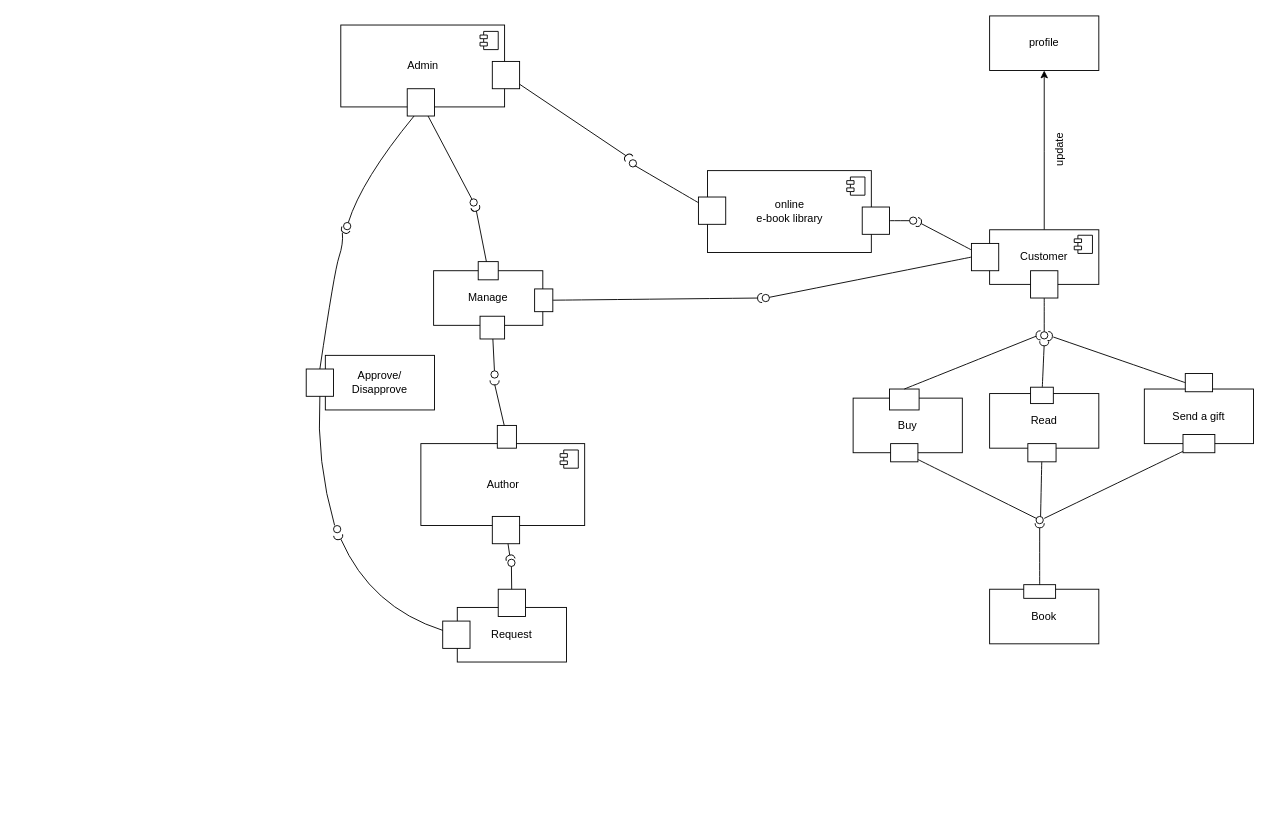
Before: Untitled Diagram.drawio in SolomonSitotaw23/Todo-react.js, a draw.io diagram. Source tidied: cells renumbered, new cells numbered last; positions are measured from the earlier drawing's top-left corner, leaving out a move shared by most shapes. Both pictures are drawn from the tidied source at 91%, with x=0, y=0 at pixel (306, 15).
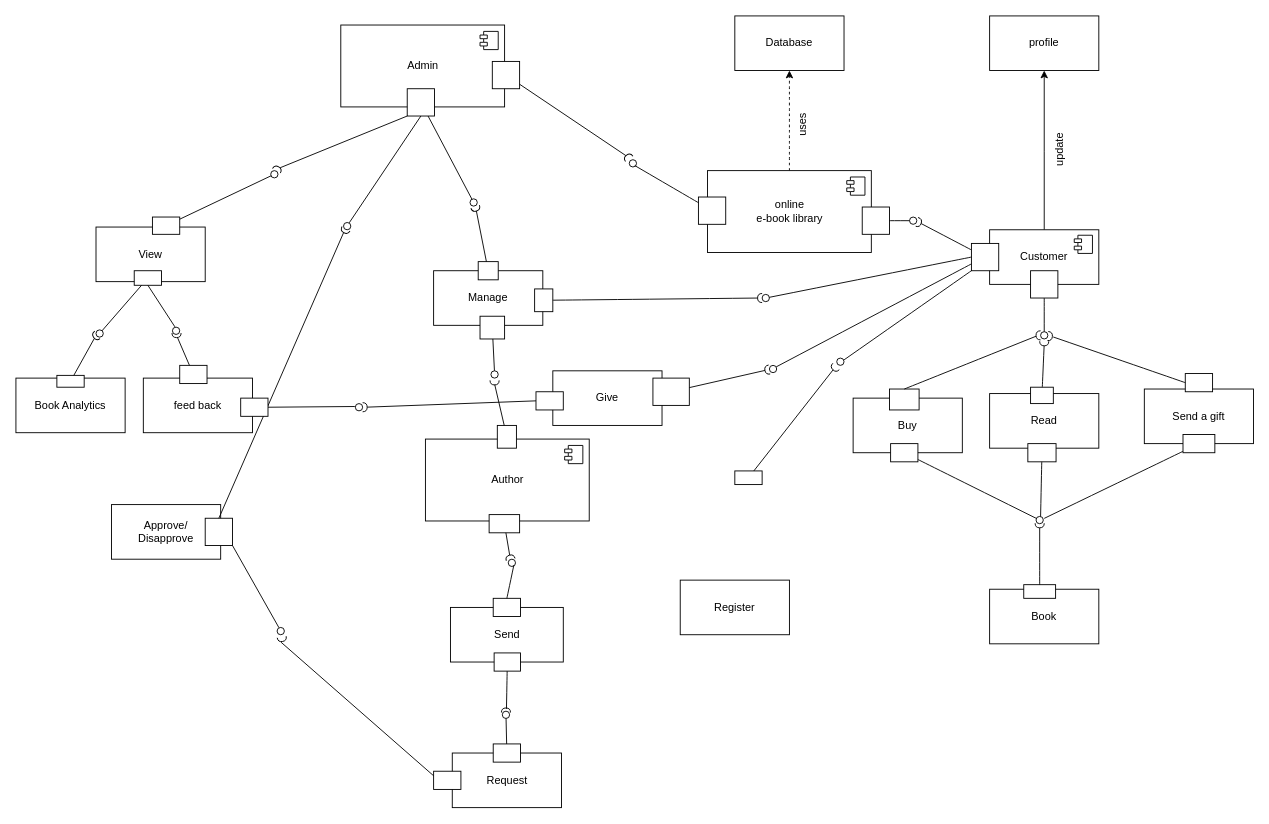
The same diagram, later.

Unchanged cells that the change refers to:
```xml
<mxCell id="2" value="online&lt;br&gt;e-book library" style="html=1;rounded=0;" parent="1" vertex="1">
  <mxGeometry x="441" y="170" width="180" height="90" as="geometry" />
</mxCell>
<mxCell id="12" style="html=1;rounded=0;" parent="1" vertex="1">
  <mxGeometry x="731" y="250" width="30" height="30" as="geometry" />
</mxCell>
<mxCell id="34" style="html=1;rounded=0;" parent="1" vertex="1">
  <mxGeometry x="111" y="80" width="30" height="30" as="geometry" />
</mxCell>
<mxCell id="58" style="ellipse;html=1;fontSize=11;align=center;fillColor=none;points=[];verticalAlign=bottom;labelPosition=center;verticalLabelPosition=top;flipH=1;" parent="1" vertex="1">
  <mxGeometry x="41" y="227" width="8" height="8" as="geometry" />
</mxCell>
<mxCell id="59" style="shape=requiredInterface;html=1;fontSize=11;align=center;fillColor=none;points=[];verticalAlign=bottom;labelPosition=center;verticalLabelPosition=top;flipH=1;rotation=-60;" parent="1" vertex="1">
  <mxGeometry x="40" y="231" width="5" height="10" as="geometry" />
</mxCell>
```

The edit, as a diff of the source:
```diff
@@
+    <mxCell id="87" style="edgeStyle=orthogonalEdgeStyle;curved=1;jettySize=auto;html=1;strokeColor=default;dashed=1;" parent="1" edge="1" source="2" target="88">
+      <mxGeometry relative="1" as="geometry" />
+    </mxCell>
@@
     <mxCell id="20" value="Author" style="html=1;" parent="1" vertex="1">
-      <mxGeometry x="126" y="470" width="180" height="90" as="geometry" />
+      <mxGeometry x="131" y="465" width="180" height="90" as="geometry" />
     </mxCell>
@@
     <mxCell id="46" style="html=1;rounded=0;" parent="1" vertex="1">
-      <mxGeometry x="204.5" y="550" width="30" height="30" as="geometry" />
+      <mxGeometry x="201" y="548" width="33.5" height="20" as="geometry" />
     </mxCell>
@@
     <mxCell id="49" value="Request" style="whiteSpace=wrap;html=1;rounded=0;" parent="1" vertex="1">
-      <mxGeometry x="166" y="650" width="120" height="60" as="geometry" />
+      <mxGeometry x="160.5" y="810" width="120" height="60" as="geometry" />
     </mxCell>
     <mxCell id="50" style="html=1;rounded=0;" parent="1" vertex="1">
-      <mxGeometry x="211" y="630" width="30" height="30" as="geometry" />
+      <mxGeometry x="205.5" y="800" width="30" height="20" as="geometry" />
     </mxCell>
@@
     <mxCell id="52" style="ellipse;html=1;fontSize=11;align=center;fillColor=none;points=[];verticalAlign=bottom;labelPosition=center;verticalLabelPosition=top;flipH=1;" parent="1" vertex="1">
-      <mxGeometry x="221.5" y="597" width="8" height="8" as="geometry" />
+      <mxGeometry x="215.5" y="764" width="8" height="8" as="geometry" />
     </mxCell>
     <mxCell id="53" style="ellipse;html=1;fontSize=11;align=center;fillColor=none;points=[];verticalAlign=bottom;labelPosition=center;verticalLabelPosition=top;flipH=1;" parent="1" vertex="1">
-      <mxGeometry x="30" y="560" width="8" height="8" as="geometry" />
+      <mxGeometry x="-32" y="672" width="8" height="8" as="geometry" />
     </mxCell>
     <mxCell id="54" style="html=1;rounded=0;" parent="1" vertex="1">
-      <mxGeometry x="150" y="665" width="30" height="30" as="geometry" />
+      <mxGeometry x="140" y="830" width="30" height="20" as="geometry" />
     </mxCell>
-    <mxCell id="55" style="endArrow=none;html=1;rounded=0;align=center;verticalAlign=top;endFill=0;labelBackgroundColor=none;endSize=2;curved=1;entryX=0.989;entryY=0.723;entryDx=0;entryDy=0;entryPerimeter=0;" parent="1" edge="1" source="54" target="56">
-      <mxGeometry relative="1" as="geometry">
-        <Array as="points">
-          <mxPoint x="71" y="650" />
-        </Array>
-      </mxGeometry>
-    </mxCell>
     <mxCell id="56" style="shape=requiredInterface;html=1;fontSize=11;align=center;fillColor=none;points=[];verticalAlign=bottom;labelPosition=center;verticalLabelPosition=top;flipH=1;rotation=-100;" parent="1" vertex="1">
-      <mxGeometry x="33" y="568" width="5" height="10" as="geometry" />
+      <mxGeometry x="-29" y="680" width="5" height="10" as="geometry" />
     </mxCell>
     <mxCell id="57" value="Approve/&lt;br&gt;Disapprove" style="whiteSpace=wrap;html=1;rounded=0;" parent="1" vertex="1">
-      <mxGeometry x="21" y="373" width="120" height="60" as="geometry" />
+      <mxGeometry x="-214" y="537" width="120" height="60" as="geometry" />
     </mxCell>
@@
-    <mxCell id="60" style="endArrow=none;html=1;align=center;verticalAlign=top;endFill=0;labelBackgroundColor=none;endSize=2;exitX=0.25;exitY=1;exitDx=0;exitDy=0;curved=1;" parent="1" edge="1" source="34" target="58">
-      <mxGeometry relative="1" as="geometry">
-        <Array as="points">
-          <mxPoint x="61" y="180" />
-        </Array>
-      </mxGeometry>
-    </mxCell>
     <mxCell id="61" style="html=1;rounded=0;" parent="1" vertex="1">
-      <mxGeometry y="388" width="30" height="30" as="geometry" />
+      <mxGeometry x="-111" y="552" width="30" height="30" as="geometry" />
     </mxCell>
-    <mxCell id="62" style="endArrow=none;html=1;align=center;verticalAlign=top;endFill=0;labelBackgroundColor=none;endSize=2;exitX=0.5;exitY=0;exitDx=0;exitDy=0;entryX=1.166;entryY=0.369;entryDx=0;entryDy=0;entryPerimeter=0;curved=1;" parent="1" edge="1" source="61" target="59">
-      <mxGeometry relative="1" as="geometry">
-        <Array as="points">
-          <mxPoint x="31" y="280" />
-          <mxPoint x="41" y="250" />
-        </Array>
-      </mxGeometry>
-    </mxCell>
-    <mxCell id="63" style="endArrow=none;html=1;align=center;verticalAlign=top;endFill=0;labelBackgroundColor=none;endSize=2;exitX=0.5;exitY=1;exitDx=0;exitDy=0;entryX=0.851;entryY=-0.017;entryDx=0;entryDy=0;entryPerimeter=0;strokeColor=default;curved=1;" parent="1" edge="1" source="61" target="53">
-      <mxGeometry relative="1" as="geometry">
-        <Array as="points">
-          <mxPoint x="11" y="490" />
-        </Array>
-      </mxGeometry>
-    </mxCell>
@@
+    <mxCell id="88" value="Database" style="whiteSpace=wrap;html=1;rounded=0;" parent="1" vertex="1">
+      <mxGeometry x="471" width="120" height="60" as="geometry" />
+    </mxCell>
+    <mxCell id="89" value="uses" style="text;html=1;align=center;verticalAlign=middle;strokeColor=none;fillColor=none;rotation=-90;" parent="1" vertex="1">
+      <mxGeometry x="526" y="110" width="40" height="20" as="geometry" />
+    </mxCell>
+    <mxCell id="90" value="Send" style="whiteSpace=wrap;html=1;rounded=0;" parent="1" vertex="1">
+      <mxGeometry x="158.5" y="650" width="124" height="60" as="geometry" />
+    </mxCell>
+    <mxCell id="91" style="html=1;rounded=0;" parent="1" vertex="1">
+      <mxGeometry x="205.5" y="640" width="30" height="20" as="geometry" />
+    </mxCell>
+    <mxCell id="92" style="endArrow=none;html=1;rounded=0;align=center;verticalAlign=top;endFill=0;labelBackgroundColor=none;endSize=2;strokeColor=default;curved=1;exitX=0.5;exitY=0;exitDx=0;exitDy=0;entryX=0.227;entryY=0.819;entryDx=0;entryDy=0;entryPerimeter=0;" parent="1" edge="1" source="91" target="93">
+      <mxGeometry relative="1" as="geometry" />
+    </mxCell>
+    <mxCell id="93" style="ellipse;html=1;fontSize=11;align=center;fillColor=none;points=[];verticalAlign=bottom;labelPosition=center;verticalLabelPosition=top;flipH=1;" parent="1" vertex="1">
+      <mxGeometry x="222" y="597" width="8" height="8" as="geometry" />
+    </mxCell>
+    <mxCell id="94" style="html=1;rounded=0;" parent="1" vertex="1">
+      <mxGeometry x="206.5" y="700" width="29" height="20" as="geometry" />
+    </mxCell>
+    <mxCell id="95" style="endArrow=none;html=1;rounded=0;align=center;verticalAlign=top;endFill=0;labelBackgroundColor=none;endSize=2;strokeColor=default;curved=1;entryX=0.81;entryY=0.445;entryDx=0;entryDy=0;entryPerimeter=0;" parent="1" edge="1" source="94" target="96">
+      <mxGeometry relative="1" as="geometry" />
+    </mxCell>
+    <mxCell id="96" style="shape=requiredInterface;html=1;fontSize=11;align=center;fillColor=none;points=[];verticalAlign=bottom;labelPosition=center;verticalLabelPosition=top;flipH=1;rotation=90;" parent="1" vertex="1">
+      <mxGeometry x="217" y="758" width="5" height="10" as="geometry" />
+    </mxCell>
+    <mxCell id="97" value="View" style="whiteSpace=wrap;html=1;rounded=0;" parent="1" vertex="1">
+      <mxGeometry x="-231" y="232" width="120" height="60" as="geometry" />
+    </mxCell>
+    <mxCell id="62" style="endArrow=none;html=1;rounded=0;strokeColor=default;entryX=0.987;entryY=0.484;entryDx=0;entryDy=0;entryPerimeter=0;exitX=0.5;exitY=0;exitDx=0;exitDy=0;" parent="1" edge="1" source="61" target="59">
+      <mxGeometry relative="1" as="geometry" />
+    </mxCell>
+    <mxCell id="98" style="endArrow=none;html=1;rounded=0;strokeColor=default;entryX=0.5;entryY=1;entryDx=0;entryDy=0;exitX=0.22;exitY=0.044;exitDx=0;exitDy=0;exitPerimeter=0;" parent="1" edge="1" source="58" target="34">
+      <mxGeometry relative="1" as="geometry" />
+    </mxCell>
+    <mxCell id="99" style="endArrow=none;html=1;rounded=0;strokeColor=default;entryX=0;entryY=1;entryDx=0;entryDy=0;" parent="1" edge="1" source="103" target="34">
+      <mxGeometry relative="1" as="geometry" />
+    </mxCell>
+    <mxCell id="100" style="html=1;rounded=0;" parent="1" vertex="1">
+      <mxGeometry x="-169" y="221" width="30" height="19" as="geometry" />
+    </mxCell>
+    <mxCell id="101" style="endArrow=none;html=1;rounded=0;align=center;verticalAlign=top;endFill=0;labelBackgroundColor=none;endSize=2;strokeColor=default;" parent="1" edge="1" source="100" target="102">
+      <mxGeometry relative="1" as="geometry" />
+    </mxCell>
+    <mxCell id="102" style="ellipse;html=1;fontSize=11;align=center;fillColor=none;points=[];verticalAlign=bottom;labelPosition=center;verticalLabelPosition=top;flipH=1;" parent="1" vertex="1">
+      <mxGeometry x="-39" y="170" width="8" height="8" as="geometry" />
+    </mxCell>
+    <mxCell id="103" style="shape=requiredInterface;html=1;fontSize=11;align=center;fillColor=none;points=[];verticalAlign=bottom;labelPosition=center;verticalLabelPosition=top;flipH=1;rotation=120;" parent="1" vertex="1">
+      <mxGeometry x="-34" y="163" width="5" height="10" as="geometry" />
+    </mxCell>
+    <mxCell id="104" value="Book Analytics" style="whiteSpace=wrap;html=1;rounded=0;" parent="1" vertex="1">
+      <mxGeometry x="-319" y="398" width="120" height="60" as="geometry" />
+    </mxCell>
+    <mxCell id="105" style="html=1;rounded=0;" parent="1" vertex="1">
+      <mxGeometry x="-274" y="395" width="30" height="13" as="geometry" />
+    </mxCell>
+    <mxCell id="106" style="endArrow=none;html=1;rounded=0;align=center;verticalAlign=top;endFill=0;labelBackgroundColor=none;endSize=2;strokeColor=default;" parent="1" edge="1" source="105" target="107">
+      <mxGeometry relative="1" as="geometry" />
+    </mxCell>
+    <mxCell id="107" style="shape=requiredInterface;html=1;fontSize=11;align=center;fillColor=none;points=[];verticalAlign=bottom;labelPosition=center;verticalLabelPosition=top;flipH=1;rotation=-35;" parent="1" vertex="1">
+      <mxGeometry x="-234" y="347" width="5" height="10" as="geometry" />
+    </mxCell>
+    <mxCell id="108" style="html=1;rounded=0;" parent="1" vertex="1">
+      <mxGeometry x="-189" y="280" width="30" height="16" as="geometry" />
+    </mxCell>
+    <mxCell id="109" style="endArrow=none;html=1;rounded=0;align=center;verticalAlign=top;endFill=0;labelBackgroundColor=none;endSize=2;strokeColor=default;" parent="1" edge="1" source="108" target="110">
+      <mxGeometry relative="1" as="geometry" />
+    </mxCell>
+    <mxCell id="110" style="ellipse;html=1;fontSize=11;align=center;fillColor=none;points=[];verticalAlign=bottom;labelPosition=center;verticalLabelPosition=top;flipH=1;" parent="1" vertex="1">
+      <mxGeometry x="-231" y="345" width="8" height="8" as="geometry" />
+    </mxCell>
+    <mxCell id="111" style="endArrow=none;html=1;rounded=0;align=center;verticalAlign=top;endFill=0;labelBackgroundColor=none;endSize=2;strokeColor=default;exitX=0.5;exitY=1;exitDx=0;exitDy=0;entryX=0.659;entryY=-0.036;entryDx=0;entryDy=0;entryPerimeter=0;" parent="1" edge="1" source="108" target="112">
+      <mxGeometry relative="1" as="geometry" />
+    </mxCell>
+    <mxCell id="112" style="ellipse;html=1;fontSize=11;align=center;fillColor=none;points=[];verticalAlign=bottom;labelPosition=center;verticalLabelPosition=top;flipH=1;" parent="1" vertex="1">
+      <mxGeometry x="-147" y="342" width="8" height="8" as="geometry" />
+    </mxCell>
+    <mxCell id="113" style="endArrow=none;html=1;rounded=0;strokeColor=default;entryX=0;entryY=0.25;entryDx=0;entryDy=0;exitX=1.093;exitY=0.33;exitDx=0;exitDy=0;exitPerimeter=0;" parent="1" edge="1" source="56" target="54">
+      <mxGeometry relative="1" as="geometry" />
+    </mxCell>
+    <mxCell id="114" style="endArrow=none;html=1;rounded=0;strokeColor=default;entryX=1;entryY=1;entryDx=0;entryDy=0;exitX=0.751;exitY=0.024;exitDx=0;exitDy=0;exitPerimeter=0;" parent="1" edge="1" source="53" target="61">
+      <mxGeometry relative="1" as="geometry" />
+    </mxCell>
+    <mxCell id="115" value="feed back" style="whiteSpace=wrap;html=1;rounded=0;" parent="1" vertex="1">
+      <mxGeometry x="-179" y="398" width="120" height="60" as="geometry" />
+    </mxCell>
+    <mxCell id="116" style="html=1;rounded=0;" parent="1" vertex="1">
+      <mxGeometry x="-139" y="384" width="30" height="20" as="geometry" />
+    </mxCell>
+    <mxCell id="117" style="endArrow=none;html=1;rounded=0;align=center;verticalAlign=top;endFill=0;labelBackgroundColor=none;endSize=2;strokeColor=default;" parent="1" edge="1" source="116" target="118">
+      <mxGeometry relative="1" as="geometry" />
+    </mxCell>
+    <mxCell id="118" style="shape=requiredInterface;html=1;fontSize=11;align=center;fillColor=none;points=[];verticalAlign=bottom;labelPosition=center;verticalLabelPosition=top;flipH=1;rotation=-90;" parent="1" vertex="1">
+      <mxGeometry x="-145" y="346" width="5" height="10" as="geometry" />
+    </mxCell>
+    <mxCell id="119" style="ellipse;html=1;fontSize=11;align=center;fillColor=none;points=[];verticalAlign=bottom;labelPosition=center;verticalLabelPosition=top;flipH=1;" parent="1" vertex="1">
+      <mxGeometry x="54" y="426" width="8" height="8" as="geometry" />
+    </mxCell>
+    <mxCell id="120" style="endArrow=none;html=1;rounded=0;align=center;verticalAlign=top;endFill=0;labelBackgroundColor=none;endSize=2;strokeColor=default;exitX=0;exitY=0.5;exitDx=0;exitDy=0;" parent="1" edge="1" source="125" target="121">
+      <mxGeometry relative="1" as="geometry" />
+    </mxCell>
+    <mxCell id="121" style="shape=requiredInterface;html=1;fontSize=11;align=center;fillColor=none;points=[];verticalAlign=bottom;labelPosition=center;verticalLabelPosition=top;flipH=1;rotation=-180;" parent="1" vertex="1">
+      <mxGeometry x="62" y="425" width="5" height="10" as="geometry" />
+    </mxCell>
+    <mxCell id="122" style="endArrow=none;html=1;rounded=0;align=center;verticalAlign=top;endFill=0;labelBackgroundColor=none;endSize=2;strokeColor=default;exitX=1;exitY=0.5;exitDx=0;exitDy=0;entryX=1.073;entryY=0.401;entryDx=0;entryDy=0;entryPerimeter=0;" parent="1" edge="1" source="123" target="119">
+      <mxGeometry relative="1" as="geometry" />
+    </mxCell>
+    <mxCell id="123" style="html=1;rounded=0;" parent="1" vertex="1">
+      <mxGeometry x="-72" y="420" width="30" height="20" as="geometry" />
+    </mxCell>
+    <mxCell id="124" value="Give" style="whiteSpace=wrap;html=1;rounded=0;" parent="1" vertex="1">
+      <mxGeometry x="271" y="390" width="120" height="60" as="geometry" />
+    </mxCell>
+    <mxCell id="125" style="html=1;rounded=0;" parent="1" vertex="1">
+      <mxGeometry x="252.5" y="413" width="30" height="20" as="geometry" />
+    </mxCell>
+    <mxCell id="126" style="endArrow=none;html=1;rounded=0;align=center;verticalAlign=top;endFill=0;labelBackgroundColor=none;endSize=2;curved=1;exitX=0;exitY=0.75;exitDx=0;exitDy=0;entryX=0.06;entryY=0.204;entryDx=0;entryDy=0;entryPerimeter=0;" parent="1" edge="1" source="12" target="127">
+      <mxGeometry relative="1" as="geometry" />
+    </mxCell>
+    <mxCell id="127" style="ellipse;html=1;fontSize=11;align=center;fillColor=none;points=[];verticalAlign=bottom;labelPosition=center;verticalLabelPosition=top;flipH=1;" parent="1" vertex="1">
+      <mxGeometry x="509" y="384" width="8" height="8" as="geometry" />
+    </mxCell>
+    <mxCell id="128" style="html=1;rounded=0;" parent="1" vertex="1">
+      <mxGeometry x="381" y="398" width="40" height="30" as="geometry" />
+    </mxCell>
+    <mxCell id="129" style="endArrow=none;html=1;rounded=0;align=center;verticalAlign=top;endFill=0;labelBackgroundColor=none;endSize=2;strokeColor=default;" parent="1" edge="1" source="128" target="130">
+      <mxGeometry relative="1" as="geometry" />
+    </mxCell>
+    <mxCell id="130" style="shape=requiredInterface;html=1;fontSize=11;align=center;fillColor=none;points=[];verticalAlign=bottom;labelPosition=center;verticalLabelPosition=top;flipH=1;rotation=-10;" parent="1" vertex="1">
+      <mxGeometry x="504" y="384" width="5" height="10" as="geometry" />
+    </mxCell>
+    <mxCell id="131" value="Register" style="whiteSpace=wrap;html=1;rounded=0;" parent="1" vertex="1">
+      <mxGeometry x="411" y="620" width="120" height="60" as="geometry" />
+    </mxCell>
+    <mxCell id="132" style="endArrow=none;html=1;rounded=0;align=center;verticalAlign=top;endFill=0;labelBackgroundColor=none;endSize=2;curved=1;exitX=0;exitY=1;exitDx=0;exitDy=0;entryX=-0.008;entryY=0.241;entryDx=0;entryDy=0;entryPerimeter=0;" parent="1" edge="1" source="12" target="133">
+      <mxGeometry relative="1" as="geometry" />
+    </mxCell>
+    <mxCell id="133" style="ellipse;html=1;fontSize=11;align=center;fillColor=none;points=[];verticalAlign=bottom;labelPosition=center;verticalLabelPosition=top;flipH=1;" parent="1" vertex="1">
+      <mxGeometry x="583" y="376" width="8" height="8" as="geometry" />
+    </mxCell>
+    <mxCell id="134" style="html=1;rounded=0;" parent="1" vertex="1">
+      <mxGeometry x="471" y="500" width="30" height="15" as="geometry" />
+    </mxCell>
+    <mxCell id="135" style="endArrow=none;html=1;rounded=0;align=center;verticalAlign=top;endFill=0;labelBackgroundColor=none;endSize=2;strokeColor=default;" parent="1" edge="1" source="134" target="136">
+      <mxGeometry relative="1" as="geometry" />
+    </mxCell>
+    <mxCell id="136" style="shape=requiredInterface;html=1;fontSize=11;align=center;fillColor=none;points=[];verticalAlign=bottom;labelPosition=center;verticalLabelPosition=top;flipH=1;rotation=-45;" parent="1" vertex="1">
+      <mxGeometry x="578" y="382" width="5" height="10" as="geometry" />
+    </mxCell>
```
